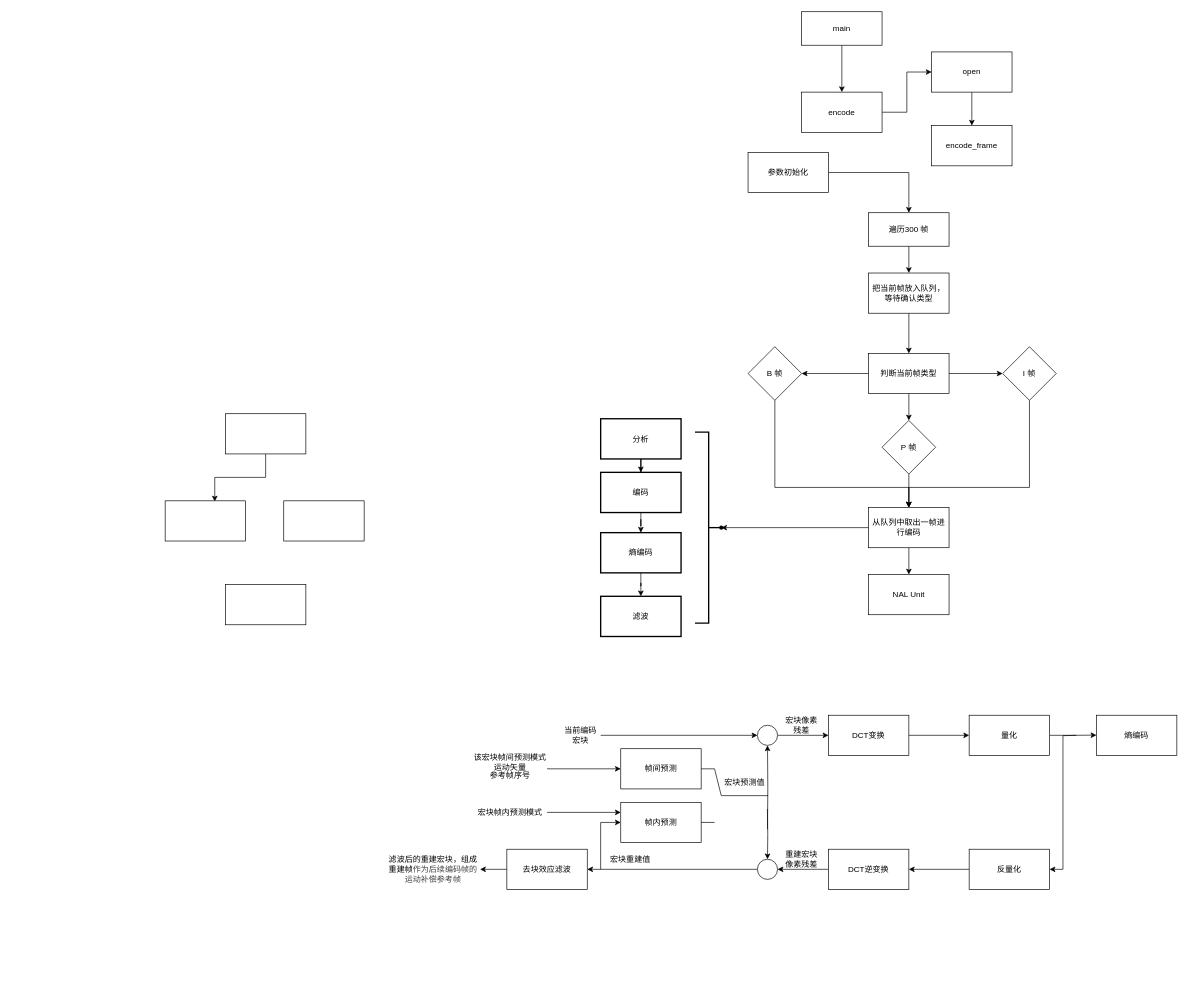
This is doc/Untitled Diagram.drawio from vozeo/x264, a draw.io file, before an edit. Source tidied: cells renumbered, new cells numbered last; positions are measured from the earlier drawing's top-left corner, leaving out a move shared by most shapes. Both pictures are drawn from the tidied source at 67%, with x=0, y=0 at pixel (165, 11).
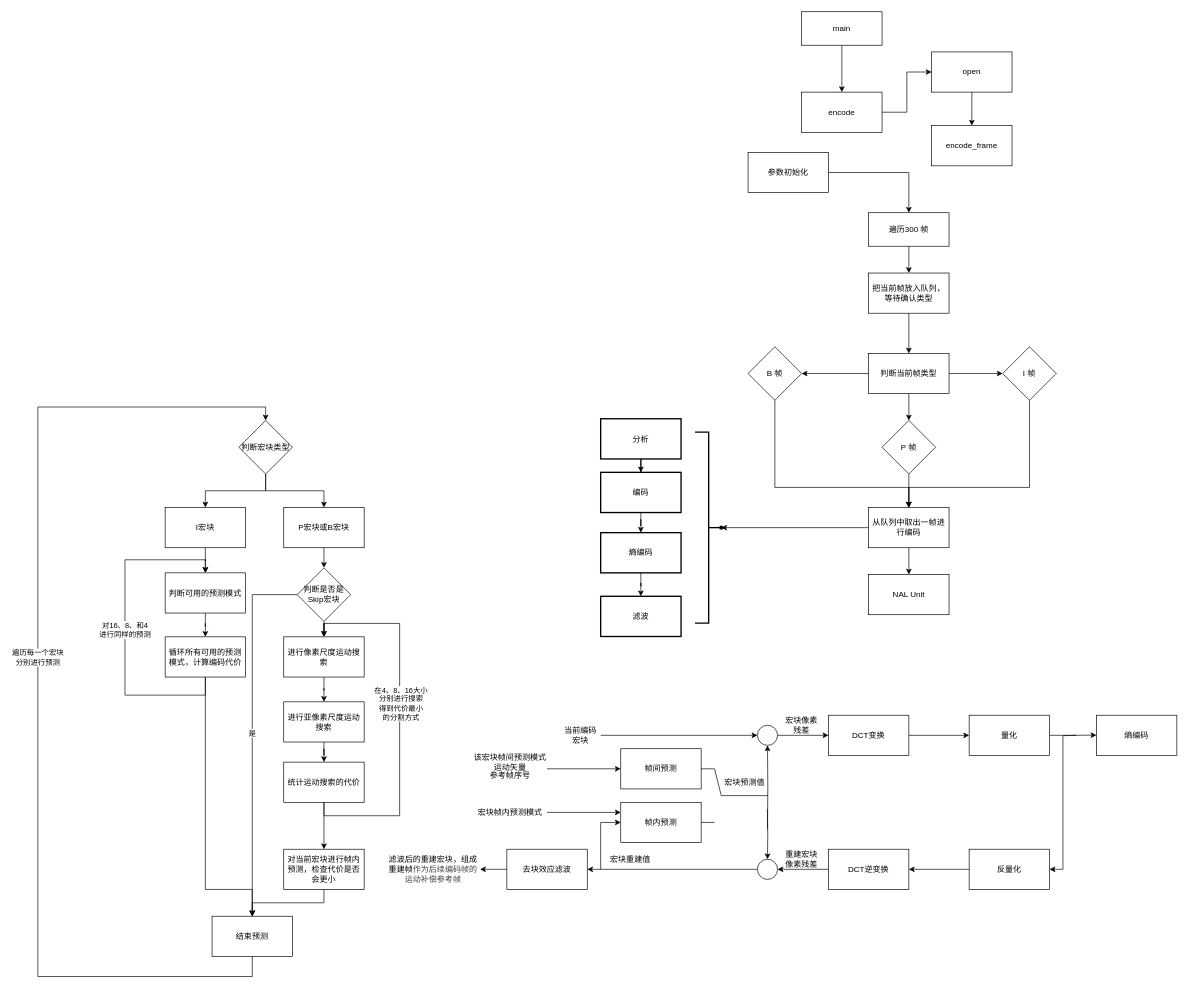
The same diagram, later.

Unchanged cells that the change refers to:
```xml
<mxCell id="4" value="遍历300 帧" style="rounded=0;whiteSpace=wrap;html=1;" parent="1" vertex="1">
  <mxGeometry x="1050" y="300" width="120" height="50" as="geometry" />
</mxCell>
```

What changed in the source:
```diff
@@
+    <mxCell id="81" style="edgeStyle=orthogonalEdgeStyle;rounded=0;jettySize=auto;html=1;entryX=0.5;entryY=0;entryDx=0;entryDy=0;" parent="1" edge="1" source="41" target="45">
+      <mxGeometry relative="1" as="geometry" />
+    </mxCell>
@@
-    <mxCell id="37" style="edgeStyle=orthogonalEdgeStyle;rounded=0;jettySize=auto;html=1;entryX=0.617;entryY=0.017;entryDx=0;entryDy=0;entryPerimeter=0;" parent="1" edge="1" source="39" target="41">
-      <mxGeometry relative="1" as="geometry" />
-    </mxCell>
+    <mxCell id="41" value="I宏块" style="rounded=0;whiteSpace=wrap;html=1;" parent="1" vertex="1">
+      <mxGeometry y="740" width="120" height="60" as="geometry" />
+    </mxCell>
+    <mxCell id="43" value="P宏块或B宏块" style="rounded=0;whiteSpace=wrap;html=1;" parent="1" vertex="1">
+      <mxGeometry x="177" y="740" width="120" height="60" as="geometry" />
+    </mxCell>
+    <mxCell id="45" value="判断可用的预测模式" style="rounded=0;whiteSpace=wrap;html=1;" parent="1" vertex="1">
+      <mxGeometry y="837.5" width="120" height="60" as="geometry" />
+    </mxCell>
+    <mxCell id="47" style="edgeStyle=orthogonalEdgeStyle;rounded=0;jettySize=auto;html=1;" parent="1" edge="1" source="49" target="4">
+      <mxGeometry relative="1" as="geometry" />
+    </mxCell>
+    <mxCell id="49" value="参数初始化" style="rounded=0;whiteSpace=wrap;html=1;" parent="1" vertex="1">
+      <mxGeometry x="870" y="210" width="120" height="60" as="geometry" />
+    </mxCell>
+    <mxCell id="82" style="edgeStyle=orthogonalEdgeStyle;rounded=0;jettySize=auto;html=1;exitX=0.5;exitY=1;exitDx=0;exitDy=0;entryX=0.5;entryY=0;entryDx=0;entryDy=0;" parent="1" edge="1" source="43" target="92">
+      <mxGeometry relative="1" as="geometry" />
+    </mxCell>
+    <mxCell id="83" style="edgeStyle=orthogonalEdgeStyle;rounded=0;jettySize=auto;html=1;entryX=0.5;entryY=0;entryDx=0;entryDy=0;" parent="1" edge="1" source="45" target="89">
+      <mxGeometry relative="1" as="geometry" />
+    </mxCell>
+    <mxCell id="84" style="edgeStyle=orthogonalEdgeStyle;rounded=0;jettySize=auto;html=1;" parent="1" edge="1" source="86" target="41">
+      <mxGeometry relative="1" as="geometry" />
+    </mxCell>
+    <mxCell id="85" style="edgeStyle=orthogonalEdgeStyle;rounded=0;jettySize=auto;html=1;exitX=0.5;exitY=1;exitDx=0;exitDy=0;entryX=0.5;entryY=0;entryDx=0;entryDy=0;" parent="1" edge="1" source="86" target="43">
+      <mxGeometry relative="1" as="geometry" />
+    </mxCell>
+    <mxCell id="86" value="判断宏块类型" style="rhombus;whiteSpace=wrap;html=1;" parent="1" vertex="1">
+      <mxGeometry x="110" y="610" width="80" height="80" as="geometry" />
+    </mxCell>
+    <mxCell id="87" value="对16、8、和4 &lt;br&gt;进行同样的预测" style="edgeStyle=orthogonalEdgeStyle;rounded=0;jettySize=auto;html=1;entryX=0.5;entryY=0;entryDx=0;entryDy=0;" parent="1" edge="1" source="89" target="45">
+      <mxGeometry relative="1" as="geometry">
+        <Array as="points">
+          <mxPoint x="60" y="1020" />
+          <mxPoint x="-60" y="1020" />
+          <mxPoint x="-60" y="818" />
+          <mxPoint x="60" y="818" />
+        </Array>
+      </mxGeometry>
+    </mxCell>
+    <mxCell id="88" style="edgeStyle=orthogonalEdgeStyle;rounded=0;jettySize=auto;html=1;entryX=0.5;entryY=0;entryDx=0;entryDy=0;" parent="1" edge="1" source="89" target="95">
+      <mxGeometry relative="1" as="geometry">
+        <Array as="points">
+          <mxPoint x="60" y="1310" />
+          <mxPoint x="130" y="1310" />
+        </Array>
+      </mxGeometry>
+    </mxCell>
+    <mxCell id="89" value="循环所有可用的预测模式，计算编码代价" style="rounded=0;whiteSpace=wrap;html=1;" parent="1" vertex="1">
+      <mxGeometry y="933" width="120" height="60" as="geometry" />
+    </mxCell>
+    <mxCell id="90" value="是" style="edgeStyle=orthogonalEdgeStyle;rounded=0;jettySize=auto;html=1;entryX=0.5;entryY=0;entryDx=0;entryDy=0;" parent="1" edge="1" source="92" target="95">
+      <mxGeometry relative="1" as="geometry">
+        <Array as="points">
+          <mxPoint x="130" y="870" />
+        </Array>
+      </mxGeometry>
+    </mxCell>
+    <mxCell id="91" style="edgeStyle=orthogonalEdgeStyle;rounded=0;jettySize=auto;html=1;" parent="1" edge="1" source="92" target="97">
+      <mxGeometry relative="1" as="geometry" />
+    </mxCell>
+    <mxCell id="92" value="判断是否是Skip宏块" style="rhombus;whiteSpace=wrap;html=1;" parent="1" vertex="1">
+      <mxGeometry x="197" y="830" width="80" height="80" as="geometry" />
+    </mxCell>
+    <mxCell id="93" style="edgeStyle=orthogonalEdgeStyle;rounded=0;jettySize=auto;html=1;entryX=0.5;entryY=0;entryDx=0;entryDy=0;" parent="1" edge="1" source="95" target="86">
+      <mxGeometry relative="1" as="geometry">
+        <Array as="points">
+          <mxPoint x="130" y="1440" />
+          <mxPoint x="-190" y="1440" />
+          <mxPoint x="-190" y="590" />
+          <mxPoint x="150" y="590" />
+        </Array>
+      </mxGeometry>
+    </mxCell>
+    <mxCell id="94" value="遍历每一个宏块&lt;br&gt;分别进行预测" style="edgeLabel;html=1;align=center;verticalAlign=middle;" parent="93" vertex="1">
+      <mxGeometry x="0.06" y="1" relative="1" as="geometry" />
+    </mxCell>
+    <mxCell id="95" value="结束预测" style="rounded=0;whiteSpace=wrap;html=1;" parent="1" vertex="1">
+      <mxGeometry x="70" y="1350" width="120" height="60" as="geometry" />
+    </mxCell>
+    <mxCell id="96" style="edgeStyle=orthogonalEdgeStyle;rounded=0;jettySize=auto;html=1;" parent="1" edge="1" source="97" target="99">
+      <mxGeometry relative="1" as="geometry" />
+    </mxCell>
+    <mxCell id="97" value="进行像素尺度运动搜索" style="rounded=0;whiteSpace=wrap;html=1;" parent="1" vertex="1">
+      <mxGeometry x="177" y="933" width="120" height="60" as="geometry" />
+    </mxCell>
+    <mxCell id="98" style="edgeStyle=orthogonalEdgeStyle;rounded=0;jettySize=auto;html=1;" parent="1" edge="1" source="99" target="103">
+      <mxGeometry relative="1" as="geometry" />
+    </mxCell>
+    <mxCell id="99" value="进行亚像素尺度运动搜索" style="rounded=0;whiteSpace=wrap;html=1;" parent="1" vertex="1">
+      <mxGeometry x="177" y="1030" width="120" height="60" as="geometry" />
+    </mxCell>
+    <mxCell id="100" style="edgeStyle=orthogonalEdgeStyle;rounded=0;jettySize=auto;html=1;entryX=0.5;entryY=0;entryDx=0;entryDy=0;" parent="1" edge="1" source="103" target="97">
+      <mxGeometry relative="1" as="geometry">
+        <Array as="points">
+          <mxPoint x="237" y="1200" />
+          <mxPoint x="350" y="1200" />
+          <mxPoint x="350" y="913" />
+          <mxPoint x="237" y="913" />
+        </Array>
+      </mxGeometry>
+    </mxCell>
+    <mxCell id="101" value="在4、8、16大小&lt;br&gt;分别进行搜索&lt;br&gt;得到代价最小&lt;br&gt;的分割方式" style="edgeLabel;html=1;align=center;verticalAlign=middle;" parent="100" vertex="1">
+      <mxGeometry x="0.09" y="-1" relative="1" as="geometry" />
+    </mxCell>
+    <mxCell id="102" style="edgeStyle=orthogonalEdgeStyle;rounded=0;jettySize=auto;html=1;entryX=0.5;entryY=0;entryDx=0;entryDy=0;" parent="1" edge="1" source="103" target="105">
+      <mxGeometry relative="1" as="geometry" />
+    </mxCell>
+    <mxCell id="103" value="统计运动搜索的代价" style="rounded=0;whiteSpace=wrap;html=1;" parent="1" vertex="1">
+      <mxGeometry x="177" y="1120" width="120" height="60" as="geometry" />
+    </mxCell>
+    <mxCell id="104" style="edgeStyle=orthogonalEdgeStyle;rounded=0;jettySize=auto;html=1;" parent="1" edge="1" source="105" target="95">
+      <mxGeometry relative="1" as="geometry" />
+    </mxCell>
+    <mxCell id="105" value="对当前宏块进行帧内预测，检查代价是否会更小" style="rounded=0;whiteSpace=wrap;html=1;" parent="1" vertex="1">
+      <mxGeometry x="177" y="1250" width="120" height="60" as="geometry" />
+    </mxCell>
@@
-    <mxCell id="39" style="rounded=0;whiteSpace=wrap;html=1;" parent="1" vertex="1">
-      <mxGeometry x="90" y="600" width="120" height="60" as="geometry" />
-    </mxCell>
@@
-    <mxCell id="41" style="rounded=0;whiteSpace=wrap;html=1;" parent="1" vertex="1">
-      <mxGeometry y="730" width="120" height="60" as="geometry" />
-    </mxCell>
@@
-    <mxCell id="43" style="rounded=0;whiteSpace=wrap;html=1;" parent="1" vertex="1">
-      <mxGeometry x="177" y="730" width="120" height="60" as="geometry" />
-    </mxCell>
@@
-    <mxCell id="45" style="rounded=0;whiteSpace=wrap;html=1;" parent="1" vertex="1">
-      <mxGeometry x="90" y="855" width="120" height="60" as="geometry" />
-    </mxCell>
@@
-    <mxCell id="47" style="edgeStyle=orthogonalEdgeStyle;rounded=0;jettySize=auto;html=1;" parent="1" edge="1" source="49" target="4">
-      <mxGeometry relative="1" as="geometry" />
-    </mxCell>
@@
-    <mxCell id="49" value="参数初始化" style="rounded=0;whiteSpace=wrap;html=1;" parent="1" vertex="1">
-      <mxGeometry x="870" y="210" width="120" height="60" as="geometry" />
-    </mxCell>
```
